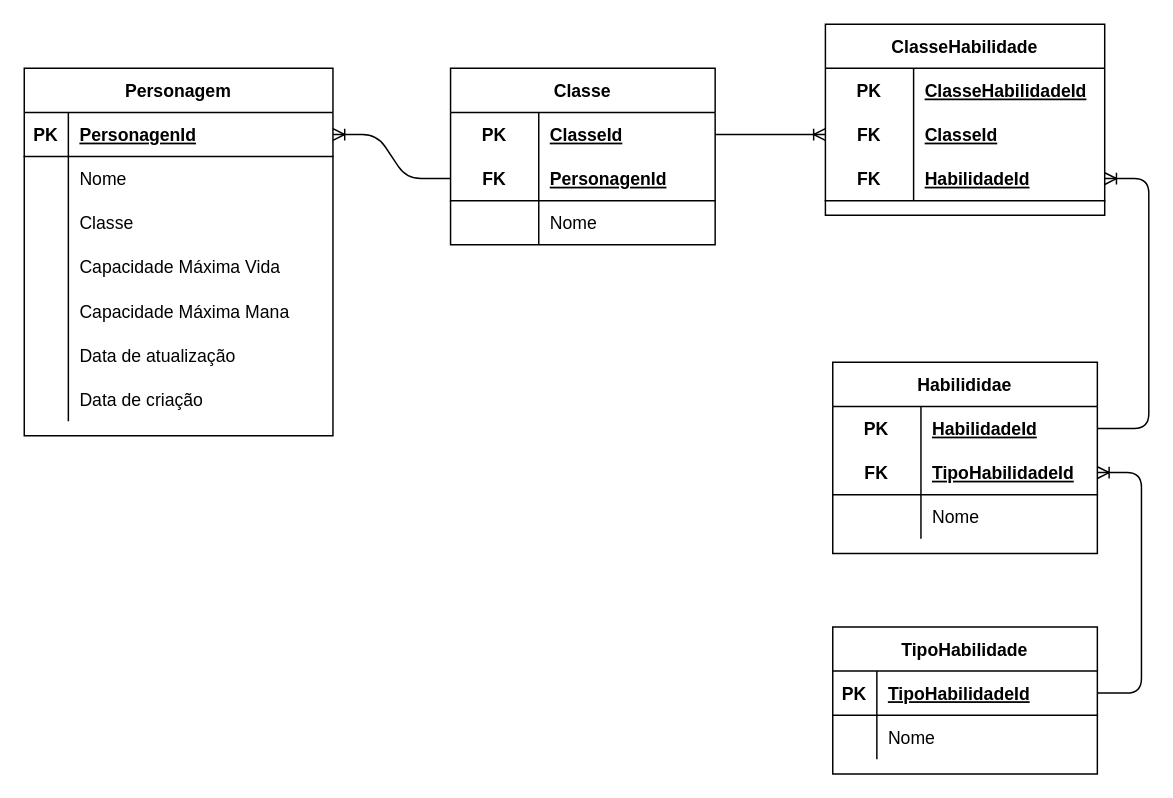
The draw.io diagram page "Page-2" (2 of 2) of Modelagens/Logico/Logico.drawio in ismott/HRODS-Israel-Matheus, before the edit. Source tidied: cells renumbered, new cells numbered last; positions are measured from the earlier drawing's top-left corner, leaving out a move shared by most shapes. Both pictures are drawn from the tidied source at 147%, with x=0, y=0 at pixel (24, 24).
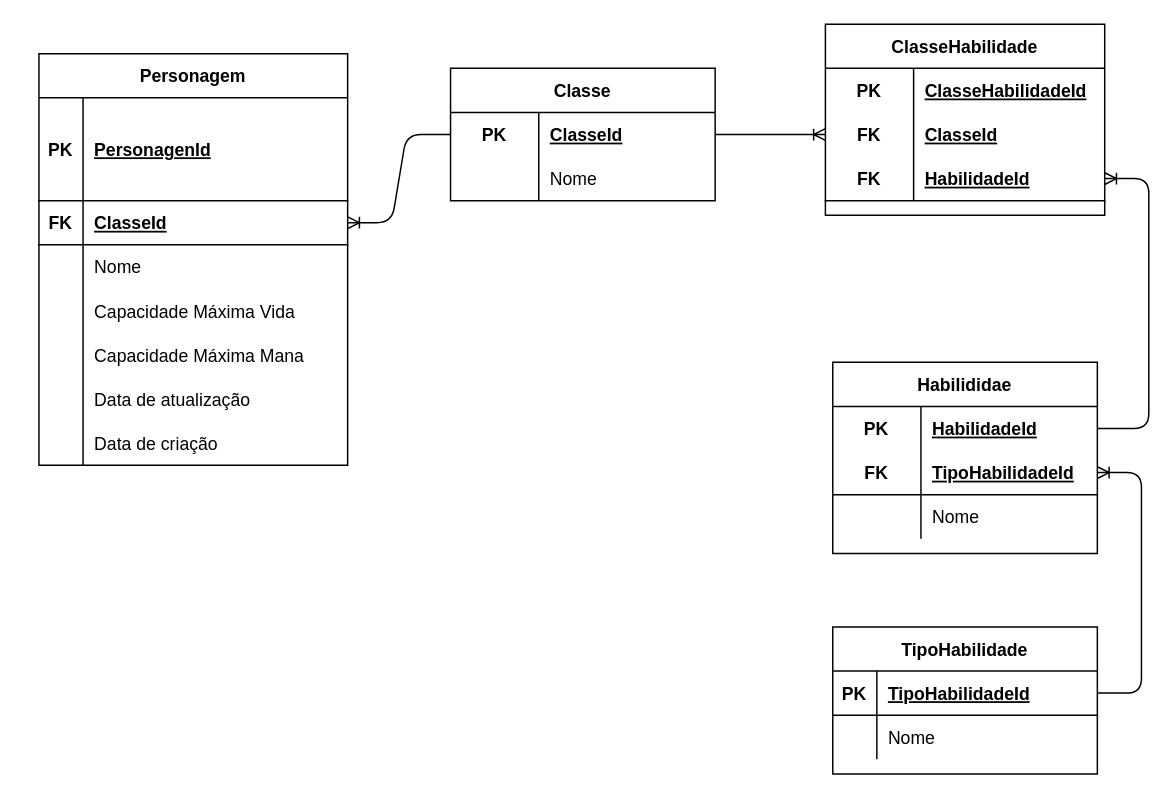
The same page after the edit.

The change refers to these unchanged cells:
```xml
<mxCell id="25" style="shape=partialRectangle;fillColor=none;top=0;left=0;bottom=0;right=0;points=[[0,0.5],[1,0.5]];portConstraint=eastwest;" parent="24" vertex="1">
  <mxGeometry y="30" width="180" height="30" as="geometry" />
</mxCell>
```

What changed in the source:
```diff
@@
     <mxCell id="2" value="Personagem" style="shape=table;startSize=30;childLayout=tableLayout;rowLines=0;fontStyle=1;align=center;" parent="1" vertex="1">
-      <mxGeometry y="30" width="210" height="250" as="geometry" />
+      <mxGeometry x="10" y="20" width="210" height="280" as="geometry" />
     </mxCell>
     <mxCell id="3" style="shape=partialRectangle;fillColor=none;top=0;left=0;bottom=1;right=0;points=[[0,0.5],[1,0.5]];portConstraint=eastwest;" parent="2" vertex="1">
-      <mxGeometry y="30" width="210" height="30" as="geometry" />
+      <mxGeometry y="30" width="210" height="70" as="geometry" />
     </mxCell>
     <mxCell id="4" value="PK" style="shape=partialRectangle;fillColor=none;top=0;left=0;bottom=0;right=0;fontStyle=1;overflow=hidden;" parent="3" vertex="1">
-      <mxGeometry width="30" height="30" as="geometry" />
+      <mxGeometry width="30" height="70" as="geometry" />
     </mxCell>
     <mxCell id="5" value="PersonagenId" style="shape=partialRectangle;fillColor=none;top=0;left=0;bottom=0;right=0;align=left;spacingLeft=6;fontStyle=5;overflow=hidden;" parent="3" vertex="1">
-      <mxGeometry x="30" width="180" height="30" as="geometry" />
+      <mxGeometry x="30" width="180" height="70" as="geometry" />
     </mxCell>
+    <mxCell id="28" style="shape=partialRectangle;fillColor=none;top=0;left=0;bottom=1;right=0;points=[[0,0.5],[1,0.5]];portConstraint=eastwest;" parent="2" vertex="1">
+      <mxGeometry y="100" width="210" height="30" as="geometry" />
+    </mxCell>
+    <mxCell id="29" value="FK" style="shape=partialRectangle;fillColor=none;top=0;left=0;bottom=0;right=0;fontStyle=1;overflow=hidden;" parent="28" vertex="1">
+      <mxGeometry width="30" height="30" as="geometry" />
+    </mxCell>
+    <mxCell id="30" value="ClasseId" style="shape=partialRectangle;fillColor=none;top=0;left=0;bottom=0;right=0;align=left;spacingLeft=6;fontStyle=5;overflow=hidden;" parent="28" vertex="1">
+      <mxGeometry x="30" width="180" height="30" as="geometry" />
+    </mxCell>
     <mxCell id="6" style="shape=partialRectangle;fillColor=none;top=0;left=0;bottom=0;right=0;" parent="2" vertex="1">
-      <mxGeometry y="60" width="210" height="30" as="geometry" />
+      <mxGeometry y="130" width="210" height="30" as="geometry" />
     </mxCell>
@@
-    <mxCell id="9" style="shape=partialRectangle;fillColor=none;top=0;left=0;bottom=0;right=0;" parent="2" vertex="1">
-      <mxGeometry y="90" width="210" height="30" as="geometry" />
-    </mxCell>
-    <mxCell id="10" style="shape=partialRectangle;fillColor=none;top=0;left=0;bottom=0;right=0;overflow=hidden;" parent="9" vertex="1">
-      <mxGeometry width="30" height="30" as="geometry" />
-    </mxCell>
-    <mxCell id="11" value="Classe" style="shape=partialRectangle;fillColor=none;top=0;left=0;bottom=0;right=0;align=left;spacingLeft=6;overflow=hidden;" parent="9" vertex="1">
-      <mxGeometry x="30" width="180" height="30" as="geometry" />
-    </mxCell>
     <mxCell id="12" style="shape=partialRectangle;fillColor=none;top=0;left=0;bottom=0;right=0;" parent="2" vertex="1">
-      <mxGeometry y="120" width="210" height="30" as="geometry" />
+      <mxGeometry y="160" width="210" height="30" as="geometry" />
     </mxCell>
@@
     <mxCell id="15" style="shape=partialRectangle;fillColor=none;top=0;left=0;bottom=0;right=0;" parent="2" vertex="1">
-      <mxGeometry y="150" width="210" height="30" as="geometry" />
+      <mxGeometry y="190" width="210" height="30" as="geometry" />
     </mxCell>
@@
     <mxCell id="18" style="shape=partialRectangle;fillColor=none;top=0;left=0;bottom=0;right=0;" parent="2" vertex="1">
-      <mxGeometry y="180" width="210" height="30" as="geometry" />
+      <mxGeometry y="220" width="210" height="30" as="geometry" />
     </mxCell>
@@
     <mxCell id="21" style="shape=partialRectangle;fillColor=none;top=0;left=0;bottom=0;right=0;" parent="2" vertex="1">
-      <mxGeometry y="210" width="210" height="30" as="geometry" />
+      <mxGeometry y="250" width="210" height="30" as="geometry" />
     </mxCell>
@@
     <mxCell id="24" value="Classe" style="shape=table;startSize=30;childLayout=tableLayout;rowLines=0;fontStyle=1;align=center;" parent="1" vertex="1">
-      <mxGeometry x="290" y="30" width="180" height="120" as="geometry" />
+      <mxGeometry x="290" y="30" width="180" height="90" as="geometry" />
     </mxCell>
@@
-    <mxCell id="28" style="shape=partialRectangle;fillColor=none;top=0;left=0;bottom=1;right=0;points=[[0,0.5],[1,0.5]];portConstraint=eastwest;" parent="24" vertex="1">
-      <mxGeometry y="60" width="180" height="30" as="geometry" />
-    </mxCell>
-    <mxCell id="29" value="FK" style="shape=partialRectangle;fillColor=none;top=0;left=0;bottom=0;right=0;fontStyle=1;overflow=hidden;" parent="28" vertex="1">
-      <mxGeometry width="60" height="30" as="geometry" />
-    </mxCell>
-    <mxCell id="30" value="PersonagenId" style="shape=partialRectangle;fillColor=none;top=0;left=0;bottom=0;right=0;align=left;spacingLeft=6;fontStyle=5;overflow=hidden;" parent="28" vertex="1">
-      <mxGeometry x="60" width="120" height="30" as="geometry" />
-    </mxCell>
     <mxCell id="31" style="shape=partialRectangle;fillColor=none;top=0;left=0;bottom=0;right=0;" parent="24" vertex="1">
-      <mxGeometry y="90" width="180" height="30" as="geometry" />
+      <mxGeometry y="60" width="180" height="30" as="geometry" />
     </mxCell>
@@
-    <mxCell id="61" style="edgeStyle=entityRelationEdgeStyle;fontSize=12;html=1;endArrow=ERoneToMany;" parent="1" edge="1" source="28" target="3">
-      <mxGeometry relative="1" as="geometry" />
-    </mxCell>
@@
+    <mxCell id="65" style="edgeStyle=entityRelationEdgeStyle;fontSize=12;html=1;endArrow=ERoneToMany;" parent="1" edge="1" source="25" target="28">
+      <mxGeometry relative="1" as="geometry" />
+    </mxCell>
```
